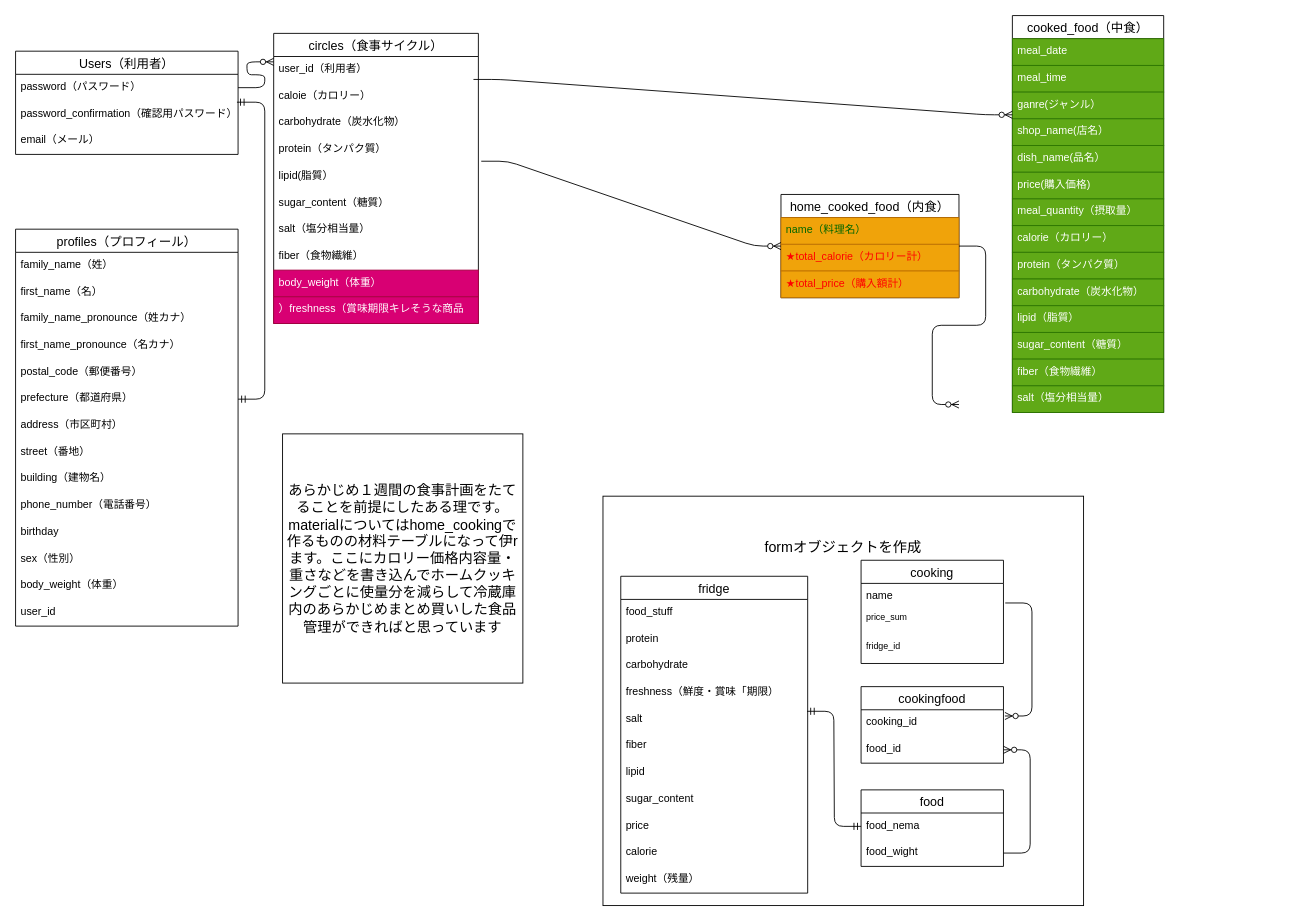
This is sample.dio from takuo-maeda/calculate_calorie_app, a draw.io file, before an edit. Source tidied: cells renumbered, new cells numbered last; positions are measured from the earlier drawing's top-left corner, leaving out a move shared by most shapes. Both pictures are drawn from the tidied source at 89%, with x=0, y=0 at pixel (15, 15).
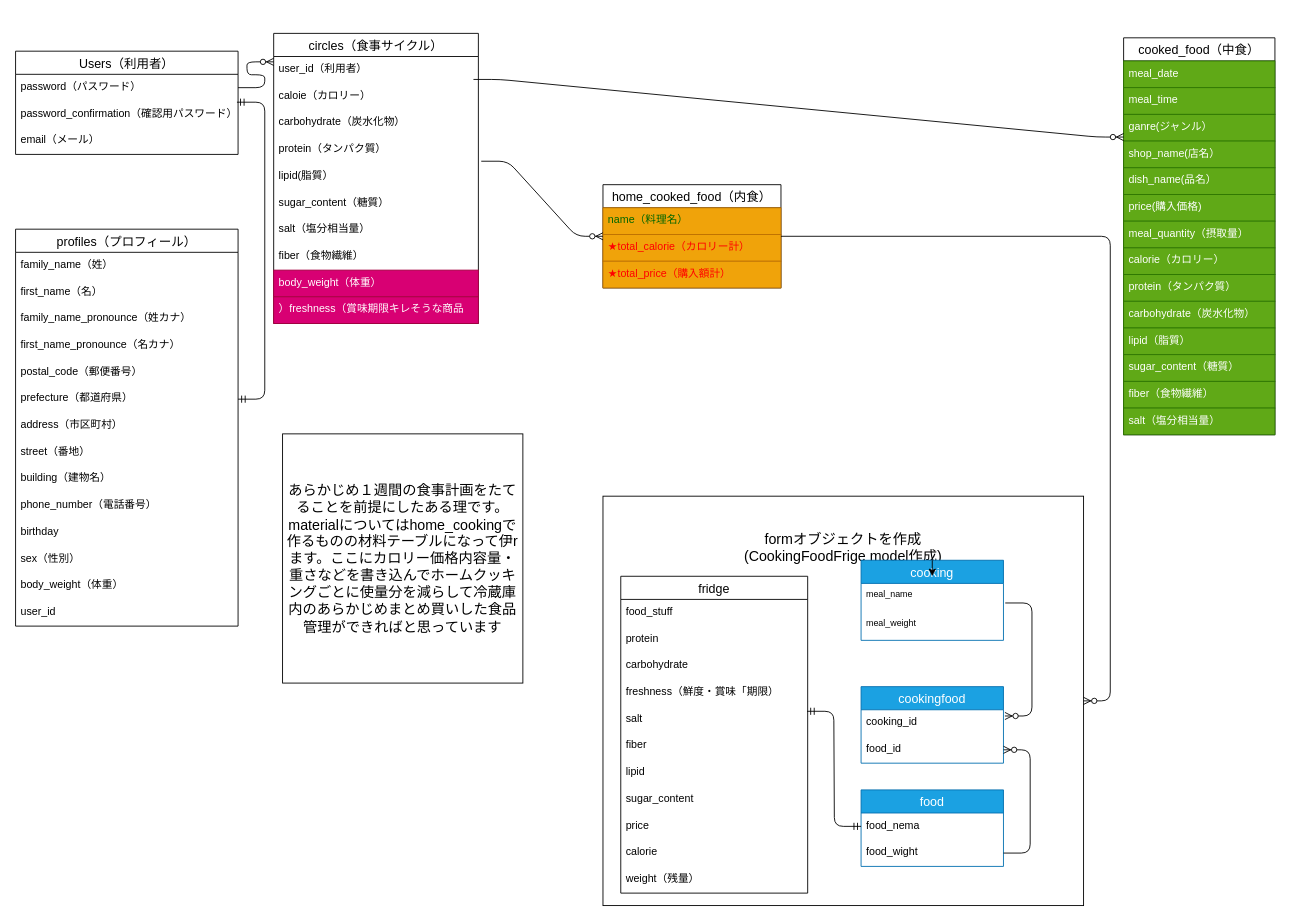
The same diagram, later.

What changed in the source:
```diff
@@
-    <mxCell id="2" value="formオブジェクトを作成&lt;br&gt;&lt;br&gt;&lt;br&gt;&lt;br&gt;&lt;br&gt;&lt;br&gt;&lt;br&gt;&lt;br&gt;&lt;br&gt;&lt;br&gt;&lt;br&gt;&lt;br&gt;&lt;br&gt;&lt;br&gt;&lt;br&gt;&lt;br&gt;&lt;br&gt;&lt;br&gt;&lt;br&gt;" style="whiteSpace=wrap;html=1;align=center;fontSize=16;labelPosition=center;verticalLabelPosition=middle;verticalAlign=middle;" parent="1" vertex="1">
+    <mxCell id="2" value="formオブジェクトを作成&lt;br&gt;(CookingFoodFrige model作成)&lt;br&gt;&lt;br&gt;&lt;br&gt;&lt;br&gt;&lt;br&gt;&lt;br&gt;&lt;br&gt;&lt;br&gt;&lt;br&gt;&lt;br&gt;&lt;br&gt;&lt;br&gt;&lt;br&gt;&lt;br&gt;&lt;br&gt;&lt;br&gt;&lt;br&gt;&lt;br&gt;&lt;br&gt;" style="whiteSpace=wrap;html=1;align=center;fontSize=16;labelPosition=center;verticalLabelPosition=middle;verticalAlign=middle;" parent="1" vertex="1">
       <mxGeometry x="660" y="540" width="540" height="460" as="geometry" />
     </mxCell>
@@
     <mxCell id="18" value="cooked_food（中食）" style="swimlane;fontStyle=0;horizontal=1;startSize=26;align=center;fontSize=14;" parent="1" vertex="1">
-      <mxGeometry x="1120" width="170" height="446" as="geometry" />
+      <mxGeometry x="1245" y="25" width="170" height="446" as="geometry" />
     </mxCell>
@@
     <mxCell id="33" value="home_cooked_food（内食）" style="swimlane;fontStyle=0;horizontal=1;startSize=26;align=center;fontSize=14;" parent="1" vertex="1">
-      <mxGeometry x="860" y="201" width="200" height="116" as="geometry" />
+      <mxGeometry x="660" y="190" width="200" height="116" as="geometry" />
     </mxCell>
@@
-    <mxCell id="57" value="cooking" style="swimlane;fontStyle=0;horizontal=1;startSize=26;align=center;fontSize=14;" parent="1" vertex="1">
-      <mxGeometry x="950" y="612" width="160" height="116" as="geometry" />
+    <mxCell id="57" value="cooking" style="swimlane;fontStyle=0;horizontal=1;startSize=26;align=center;fontSize=14;fillColor=#1ba1e2;strokeColor=#006EAF;fontColor=#ffffff;" parent="1" vertex="1">
+      <mxGeometry x="950" y="612" width="160" height="90" as="geometry" />
     </mxCell>
-    <mxCell id="58" value="name" style="text;strokeColor=none;fillColor=none;spacingLeft=4;spacingRight=4;overflow=hidden;fontSize=12;" parent="57" vertex="1">
-      <mxGeometry y="26" width="160" height="26" as="geometry" />
-    </mxCell>
+    <mxCell id="60" value="meal_name" style="text;strokeColor=none;fillColor=none;spacingLeft=4;spacingRight=4;overflow=hidden;fontSize=10;" parent="57" vertex="1">
+      <mxGeometry y="26" width="160" height="32" as="geometry" />
+    </mxCell>
-    <mxCell id="59" value="price_sum" style="text;strokeColor=none;fillColor=none;spacingLeft=4;spacingRight=4;overflow=hidden;fontSize=10;" parent="57" vertex="1">
-      <mxGeometry y="52" width="160" height="32" as="geometry" />
+    <mxCell id="59" value="meal_weight" style="text;strokeColor=none;fillColor=none;spacingLeft=4;spacingRight=4;overflow=hidden;fontSize=10;" parent="57" vertex="1">
+      <mxGeometry y="58" width="160" height="32" as="geometry" />
     </mxCell>
-    <mxCell id="60" value="fridge_id" style="text;strokeColor=none;fillColor=none;spacingLeft=4;spacingRight=4;overflow=hidden;fontSize=10;" parent="57" vertex="1">
-      <mxGeometry y="84" width="160" height="32" as="geometry" />
-    </mxCell>
@@
-    <mxCell id="73" style="edgeStyle=entityRelationEdgeStyle;fontSize=12;html=1;endArrow=ERzeroToMany;endFill=1;entryX=1;entryY=0.5;entryDx=0;entryDy=0;exitX=1;exitY=0.5;exitDx=0;exitDy=0;" parent="1" edge="1" source="33">
-      <mxGeometry relative="1" as="geometry">
-        <mxPoint x="1060" y="437" as="targetPoint" />
-      </mxGeometry>
+    <mxCell id="73" style="edgeStyle=entityRelationEdgeStyle;fontSize=12;html=1;endArrow=ERzeroToMany;endFill=1;exitX=1;exitY=0.5;exitDx=0;exitDy=0;" parent="1" edge="1" source="33" target="2">
+      <mxGeometry relative="1" as="geometry" />
     </mxCell>
-    <mxCell id="74" value="cookingfood" style="swimlane;fontStyle=0;horizontal=1;startSize=26;align=center;fontSize=14;" parent="1" vertex="1">
+    <mxCell id="74" value="cookingfood" style="swimlane;fontStyle=0;horizontal=1;startSize=26;align=center;fontSize=14;fillColor=#1ba1e2;strokeColor=#006EAF;fontColor=#ffffff;" parent="1" vertex="1">
       <mxGeometry x="950" y="754" width="160" height="86" as="geometry" />
     </mxCell>
@@
-    <mxCell id="78" value="food" style="swimlane;fontStyle=0;horizontal=1;startSize=26;align=center;fontSize=14;" parent="1" vertex="1">
+    <mxCell id="78" value="food" style="swimlane;fontStyle=0;horizontal=1;startSize=26;align=center;fontSize=14;fillColor=#1ba1e2;strokeColor=#006EAF;fontColor=#ffffff;" parent="1" vertex="1">
       <mxGeometry x="950" y="870" width="160" height="86" as="geometry" />
     </mxCell>
@@
+    <mxCell id="83" style="edgeStyle=orthogonalEdgeStyle;rounded=0;orthogonalLoop=1;jettySize=auto;html=1;exitX=0.5;exitY=0;exitDx=0;exitDy=0;entryX=0.5;entryY=0.2;entryDx=0;entryDy=0;entryPerimeter=0;" parent="1" edge="1" source="57" target="57">
+      <mxGeometry relative="1" as="geometry" />
+    </mxCell>
```
